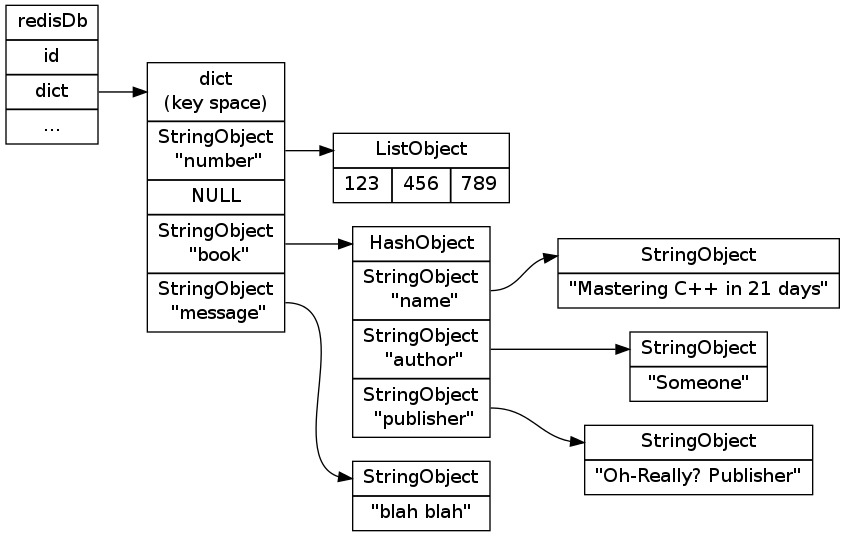
Before: internal/image/db-after-update.png, a diagram exported from Graphviz (huangzworks/redisbook). Its source is kept beside it as internal/image/db-after-update.dot. The source it was exported from:
```dot
digraph db {

    rankdir = LR;

    node [shape = record];

    redisDb [label = "redisDb | id |<dict> dict | ..."];

    dict [label = "<head>dict\n(key space) |<number>StringObject\n \"number\" | NULL |<book>StringObject\n \"book\" |<message>StringObject\n \"message\""];

    number [label = "<head>ListObject | { 123 | 456 | 789 }"];

    book [label = "<head>HashObject |<name>StringObject\n \"name\" |<author>StringObject\n \"author\" |<publisher>StringObject\n \"publisher\""];

    book_name [label = "<head>StringObject | \"Mastering C++ in 21 days\""];
    book_author [label = "<head>StringObject | \"Someone\""];
    book_publisher [label = "<head>StringObject | \"Oh-Really? Publisher\""];

    message [label = "<head>StringObject | \"blah blah\""];

    redisDb:dict -> dict:head;

    dict:number -> number:head;
    dict:book -> book:head;
    dict:message -> message:head;

    book:name -> book_name:head;
    book:author -> book_author:head;
    book:publisher -> book_publisher:head;
}
```
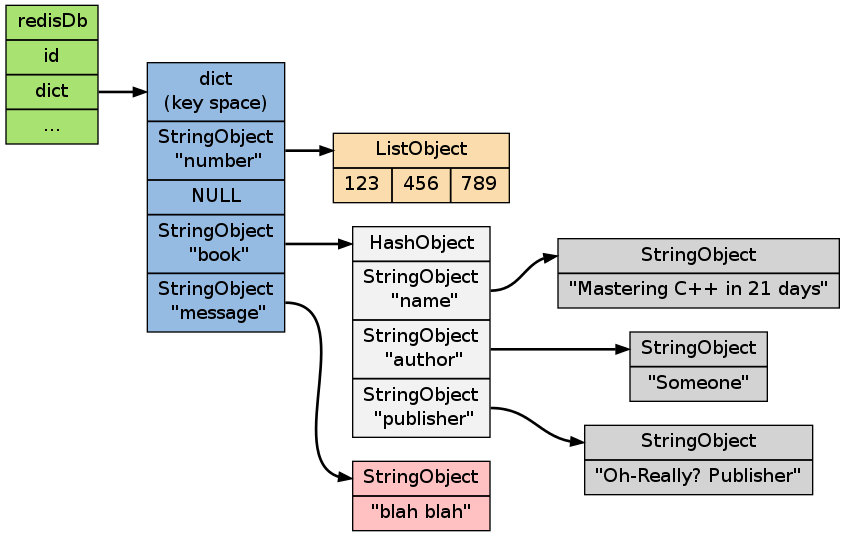
The same diagram one commit later.

The edit, as a diff of the source:
```diff
@@ -2,21 +2,25 @@
 
     rankdir = LR;
 
-    node [shape = record];
+    node [shape = record, style = filled];
 
-    redisDb [label = "redisDb | id |<dict> dict | ..."];
+    edge [style = bold];
 
-    dict [label = "<head>dict\n(key space) |<number>StringObject\n \"number\" | NULL |<book>StringObject\n \"book\" |<message>StringObject\n \"message\""];
 
-    number [label = "<head>ListObject | { 123 | 456 | 789 }"];
+    redisDb [label = "redisDb | id |<dict> dict | ...", fillcolor = "#A8E270"];
 
-    book [label = "<head>HashObject |<name>StringObject\n \"name\" |<author>StringObject\n \"author\" |<publisher>StringObject\n \"publisher\""];
+    dict [label = "<head>dict\n(key space) |<number>StringObject\n \"number\" | NULL |<book>StringObject\n \"book\" |<message>StringObject\n \"message\"", fillcolor = "#95BBE3"];
+
+    number [label = "<head>ListObject | { 123 | 456 | 789 }", fillcolor = "#FADCAD"];
+
+    book [label = "<head>HashObject |<name>StringObject\n \"name\" |<author>StringObject\n \"author\" |<publisher>StringObject\n \"publisher\"", fillcolor = "#F2F2F2"];
 
     book_name [label = "<head>StringObject | \"Mastering C++ in 21 days\""];
     book_author [label = "<head>StringObject | \"Someone\""];
     book_publisher [label = "<head>StringObject | \"Oh-Really? Publisher\""];
 
-    message [label = "<head>StringObject | \"blah blah\""];
+    message [label = "<head>StringObject | \"blah blah\"", fillcolor = "#FFC1C1"];
+
 
     redisDb:dict -> dict:head;
 
```
